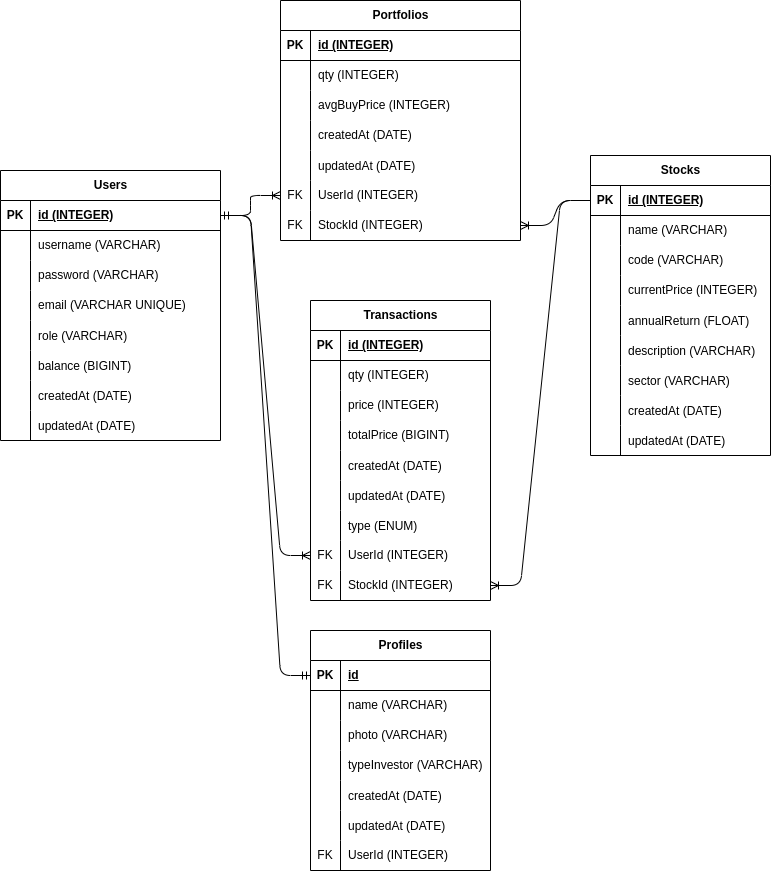
The draw.io diagram ERD-schema.drawio.png in TryIndraHatmojo/ModalReceh, before a commit. Source tidied: cells renumbered, new cells last; positions are measured from the earlier drawing's top-left corner, leaving out a move shared by most shapes.
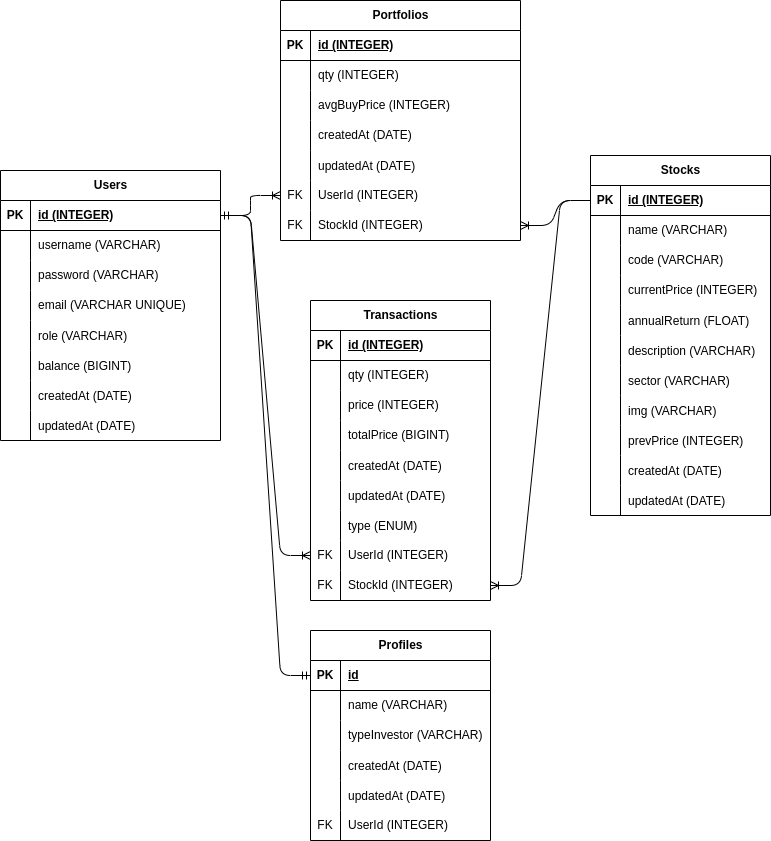
Later version of the same file.

Diff of the diagram source:
```diff
@@ -237,7 +237,7 @@
       <mxGeometry relative="1" as="geometry" />
     </mxCell>
     <mxCell id="80" value="Stocks" style="shape=table;startSize=30;rowLines=0;fontStyle=1;align=center;html=1;" parent="1" vertex="1">
-      <mxGeometry x="590" y="155" width="180" height="300" as="geometry" />
+      <mxGeometry x="590" y="155" width="180" height="360" as="geometry" />
     </mxCell>
     <mxCell id="81" style="shape=tableRow;horizontal=0;startSize=0;swimlaneHead=0;swimlaneBody=0;fillColor=none;points=[[0,0.5],[1,0.5]];portConstraint=eastwest;top=0;left=0;right=0;bottom=1;" parent="80" vertex="1">
       <mxGeometry y="30" width="180" height="30" as="geometry" />
@@ -302,8 +302,26 @@
     <mxCell id="101" value="sector (VARCHAR)" style="shape=partialRectangle;fillColor=none;top=0;left=0;bottom=0;right=0;align=left;spacingLeft=6;overflow=hidden;" parent="99" vertex="1">
       <mxGeometry x="30" width="150" height="30" as="geometry" />
     </mxCell>
+    <mxCell id="132" style="shape=tableRow;horizontal=0;startSize=0;swimlaneHead=0;swimlaneBody=0;fillColor=none;top=0;left=0;right=0;bottom=0;" parent="80" vertex="1">
+      <mxGeometry y="240" width="180" height="30" as="geometry" />
+    </mxCell>
+    <mxCell id="133" style="shape=partialRectangle;fillColor=none;top=0;left=0;bottom=0;right=0;overflow=hidden;" parent="132" vertex="1">
+      <mxGeometry width="30" height="30" as="geometry" />
+    </mxCell>
+    <mxCell id="134" value="img (VARCHAR)" style="shape=partialRectangle;fillColor=none;top=0;left=0;bottom=0;right=0;align=left;spacingLeft=6;overflow=hidden;" parent="132" vertex="1">
+      <mxGeometry x="30" width="150" height="30" as="geometry" />
+    </mxCell>
+    <mxCell id="135" style="shape=tableRow;horizontal=0;startSize=0;swimlaneHead=0;swimlaneBody=0;fillColor=none;top=0;left=0;right=0;bottom=0;" parent="80" vertex="1">
+      <mxGeometry y="270" width="180" height="30" as="geometry" />
+    </mxCell>
+    <mxCell id="136" style="shape=partialRectangle;fillColor=none;top=0;left=0;bottom=0;right=0;overflow=hidden;" parent="135" vertex="1">
+      <mxGeometry width="30" height="30" as="geometry" />
+    </mxCell>
+    <mxCell id="137" value="prevPrice (INTEGER)" style="shape=partialRectangle;fillColor=none;top=0;left=0;bottom=0;right=0;align=left;spacingLeft=6;overflow=hidden;" parent="135" vertex="1">
+      <mxGeometry x="30" width="150" height="30" as="geometry" />
+    </mxCell>
     <mxCell id="102" style="shape=tableRow;horizontal=0;startSize=0;swimlaneHead=0;swimlaneBody=0;fillColor=none;top=0;left=0;right=0;bottom=0;" parent="80" vertex="1">
-      <mxGeometry y="240" width="180" height="30" as="geometry" />
+      <mxGeometry y="300" width="180" height="30" as="geometry" />
     </mxCell>
     <mxCell id="103" style="shape=partialRectangle;fillColor=none;top=0;left=0;bottom=0;right=0;overflow=hidden;" parent="102" vertex="1">
       <mxGeometry width="30" height="30" as="geometry" />
@@ -312,7 +330,7 @@
       <mxGeometry x="30" width="150" height="30" as="geometry" />
     </mxCell>
     <mxCell id="105" style="shape=tableRow;horizontal=0;startSize=0;swimlaneHead=0;swimlaneBody=0;fillColor=none;top=0;left=0;right=0;bottom=0;" parent="80" vertex="1">
-      <mxGeometry y="270" width="180" height="30" as="geometry" />
+      <mxGeometry y="330" width="180" height="30" as="geometry" />
     </mxCell>
     <mxCell id="106" style="shape=partialRectangle;fillColor=none;top=0;left=0;bottom=0;right=0;overflow=hidden;" parent="105" vertex="1">
       <mxGeometry width="30" height="30" as="geometry" />
@@ -324,7 +342,7 @@
       <mxGeometry relative="1" as="geometry" />
     </mxCell>
     <mxCell id="109" value="Profiles" style="shape=table;startSize=30;rowLines=0;fontStyle=1;align=center;html=1;" parent="1" vertex="1">
-      <mxGeometry x="310" y="630" width="180" height="240" as="geometry" />
+      <mxGeometry x="310" y="630" width="180" height="210" as="geometry" />
     </mxCell>
     <mxCell id="110" style="shape=tableRow;horizontal=0;startSize=0;swimlaneHead=0;swimlaneBody=0;fillColor=none;points=[[0,0.5],[1,0.5]];portConstraint=eastwest;top=0;left=0;right=0;bottom=1;" parent="109" vertex="1">
       <mxGeometry y="30" width="180" height="30" as="geometry" />
@@ -344,17 +362,8 @@
     <mxCell id="115" value="name (VARCHAR)" style="shape=partialRectangle;fillColor=none;top=0;left=0;bottom=0;right=0;align=left;spacingLeft=6;overflow=hidden;whiteSpace=wrap;html=1;" parent="113" vertex="1">
       <mxGeometry x="30" width="150" height="30" as="geometry" />
     </mxCell>
-    <mxCell id="116" style="shape=tableRow;horizontal=0;startSize=0;swimlaneHead=0;swimlaneBody=0;fillColor=none;top=0;left=0;right=0;bottom=0;" parent="109" vertex="1">
-      <mxGeometry y="90" width="180" height="30" as="geometry" />
-    </mxCell>
-    <mxCell id="117" style="shape=partialRectangle;fillColor=none;top=0;left=0;bottom=0;right=0;overflow=hidden;whiteSpace=wrap;html=1;" parent="116" vertex="1">
-      <mxGeometry width="30" height="30" as="geometry" />
-    </mxCell>
-    <mxCell id="118" value="photo (VARCHAR)" style="shape=partialRectangle;fillColor=none;top=0;left=0;bottom=0;right=0;align=left;spacingLeft=6;overflow=hidden;whiteSpace=wrap;html=1;" parent="116" vertex="1">
-      <mxGeometry x="30" width="150" height="30" as="geometry" />
-    </mxCell>
     <mxCell id="119" style="shape=tableRow;horizontal=0;startSize=0;swimlaneHead=0;swimlaneBody=0;fillColor=none;top=0;left=0;right=0;bottom=0;" parent="109" vertex="1">
-      <mxGeometry y="120" width="180" height="30" as="geometry" />
+      <mxGeometry y="90" width="180" height="30" as="geometry" />
     </mxCell>
     <mxCell id="120" style="shape=partialRectangle;fillColor=none;top=0;left=0;bottom=0;right=0;overflow=hidden;whiteSpace=wrap;html=1;" parent="119" vertex="1">
       <mxGeometry width="30" height="30" as="geometry" />
@@ -363,7 +372,7 @@
       <mxGeometry x="30" width="150" height="30" as="geometry" />
     </mxCell>
     <mxCell id="122" style="shape=tableRow;horizontal=0;startSize=0;swimlaneHead=0;swimlaneBody=0;fillColor=none;top=0;left=0;right=0;bottom=0;" parent="109" vertex="1">
-      <mxGeometry y="150" width="180" height="30" as="geometry" />
+      <mxGeometry y="120" width="180" height="30" as="geometry" />
     </mxCell>
     <mxCell id="123" style="shape=partialRectangle;fillColor=none;top=0;left=0;bottom=0;right=0;overflow=hidden;" parent="122" vertex="1">
       <mxGeometry width="30" height="30" as="geometry" />
@@ -372,7 +381,7 @@
       <mxGeometry x="30" width="150" height="30" as="geometry" />
     </mxCell>
     <mxCell id="125" style="shape=tableRow;horizontal=0;startSize=0;swimlaneHead=0;swimlaneBody=0;fillColor=none;top=0;left=0;right=0;bottom=0;" parent="109" vertex="1">
-      <mxGeometry y="180" width="180" height="30" as="geometry" />
+      <mxGeometry y="150" width="180" height="30" as="geometry" />
     </mxCell>
     <mxCell id="126" style="shape=partialRectangle;fillColor=none;top=0;left=0;bottom=0;right=0;overflow=hidden;" parent="125" vertex="1">
       <mxGeometry width="30" height="30" as="geometry" />
@@ -381,7 +390,7 @@
       <mxGeometry x="30" width="150" height="30" as="geometry" />
     </mxCell>
     <mxCell id="128" style="shape=tableRow;horizontal=0;startSize=0;swimlaneHead=0;swimlaneBody=0;fillColor=none;top=0;left=0;right=0;bottom=0;" parent="109" vertex="1">
-      <mxGeometry y="210" width="180" height="30" as="geometry" />
+      <mxGeometry y="180" width="180" height="30" as="geometry" />
     </mxCell>
     <mxCell id="129" value="FK" style="shape=partialRectangle;fillColor=none;top=0;left=0;bottom=0;right=0;fontStyle=0;overflow=hidden;whiteSpace=wrap;html=1;" parent="128" vertex="1">
       <mxGeometry width="30" height="30" as="geometry" />
```
